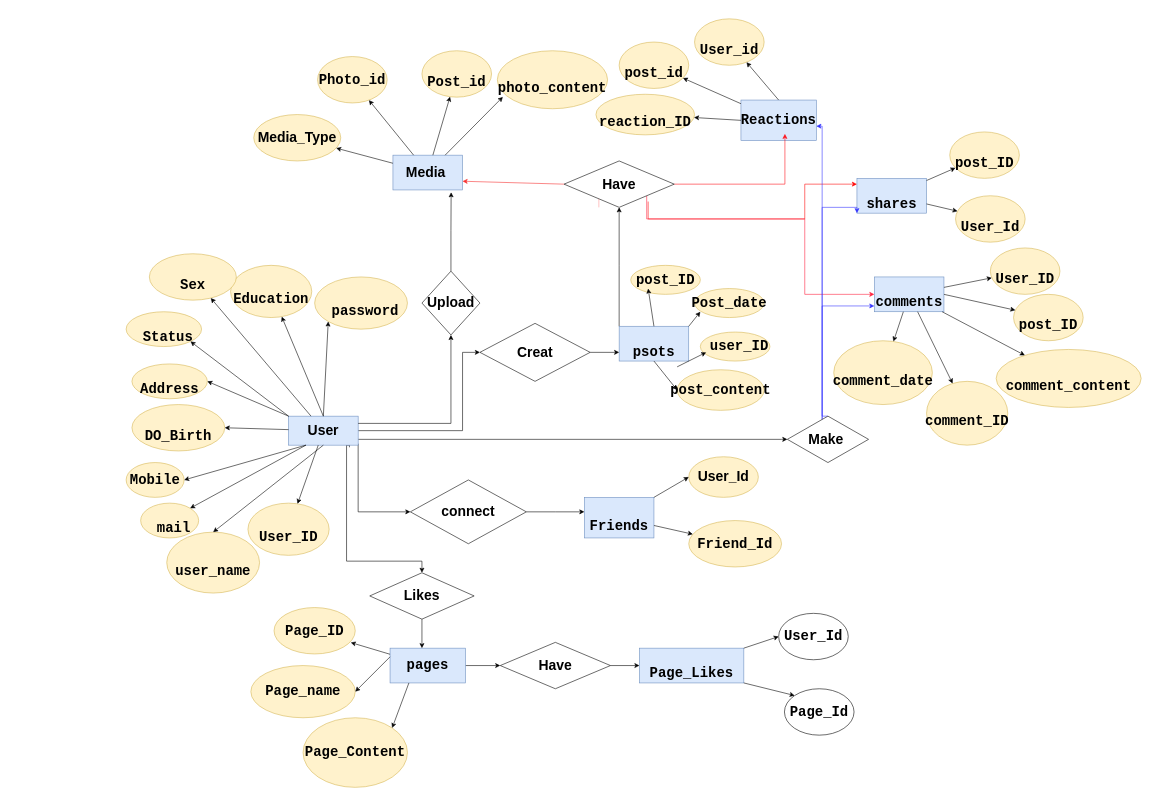
elarabyelaidy19/database_of_databases keeps this draw.io diagram as weyou/Untitled Diagram.drawio. Above is the earlier version. Source tidied: cells renumbered, new cells numbered last; positions are measured from the earlier drawing's top-left corner, leaving out a move shared by most shapes. Both pictures are drawn from the tidied source at 58%, with x=0, y=0 at pixel (126, 19).
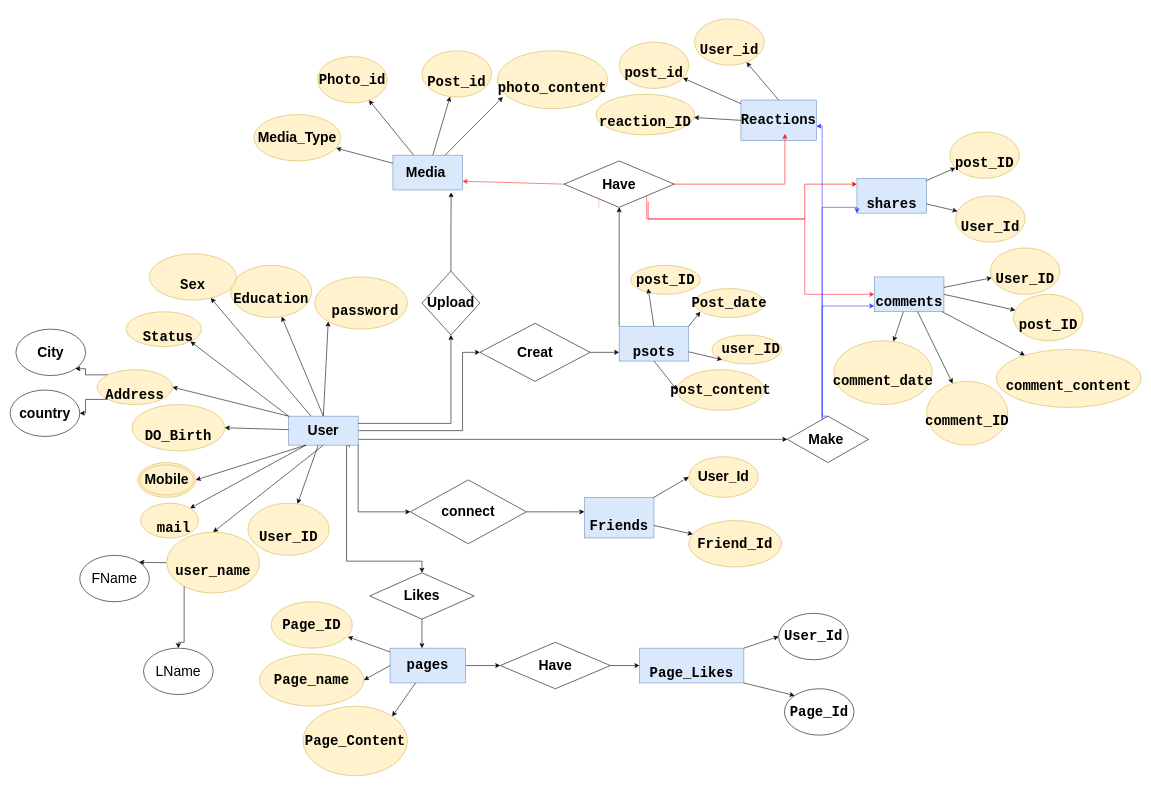
The same page after the edit.

Unchanged cells that the change refers to:
```xml
<mxCell id="7" value="&lt;div style=&quot;font-family: consolas, &amp;quot;courier new&amp;quot;, monospace; line-height: 24px; font-size: 24px;&quot;&gt;&lt;span style=&quot;font-size: 24px;&quot;&gt;&lt;font style=&quot;font-size: 24px;&quot;&gt;pages&lt;/font&gt;&lt;/span&gt;&lt;/div&gt;" style="rounded=0;whiteSpace=wrap;html=1;fillColor=#dae8fc;strokeColor=#6c8ebf;labelBackgroundColor=none;fontSize=24;fontStyle=1;" parent="1" vertex="1">
  <mxGeometry x="455" y="1085" width="130" height="60" as="geometry" />
</mxCell>
<mxCell id="14" value="&lt;font style=&quot;font-size: 24px;&quot;&gt;&lt;br style=&quot;font-size: 24px;&quot;&gt;&lt;br style=&quot;font-size: 24px;&quot;&gt;&lt;/font&gt;&lt;div style=&quot;font-family: consolas, &amp;quot;courier new&amp;quot;, monospace; line-height: 24px; font-size: 24px;&quot;&gt;&lt;div style=&quot;font-size: 24px;&quot;&gt;&lt;span style=&quot;font-size: 24px;&quot;&gt;&lt;font style=&quot;font-size: 24px;&quot;&gt;psots&lt;/font&gt;&lt;/span&gt;&lt;/div&gt;&lt;/div&gt;&lt;font style=&quot;font-size: 24px;&quot;&gt;&lt;br style=&quot;font-size: 24px;&quot;&gt;&lt;/font&gt;" style="rounded=0;whiteSpace=wrap;html=1;fillColor=#dae8fc;strokeColor=#6c8ebf;labelBackgroundColor=none;fontSize=24;fontStyle=1;" parent="1" vertex="1">
  <mxGeometry x="850" y="530" width="120" height="60" as="geometry" />
</mxCell>
<mxCell id="17" value="&lt;br style=&quot;font-size: 24px;&quot;&gt;&lt;br style=&quot;font-size: 24px;&quot;&gt;&lt;div style=&quot;font-family: consolas, &amp;quot;courier new&amp;quot;, monospace; line-height: 24px; font-size: 24px;&quot;&gt;&lt;div style=&quot;font-size: 24px;&quot;&gt;&lt;span style=&quot;font-size: 24px;&quot;&gt;&lt;font style=&quot;font-size: 24px;&quot;&gt;user_name&lt;/font&gt;&lt;/span&gt;&lt;/div&gt;&lt;/div&gt;&lt;br style=&quot;font-size: 24px;&quot;&gt;" style="ellipse;whiteSpace=wrap;html=1;fillColor=#fff2cc;strokeColor=#d6b656;labelBackgroundColor=none;fontSize=24;fontStyle=1;" parent="1" vertex="1">
  <mxGeometry x="70" y="885" width="160" height="105" as="geometry" />
</mxCell>
```

Change to the diagram source:
```diff
@@
+    <mxCell id="109" style="edgeStyle=orthogonalEdgeStyle;rounded=0;jettySize=auto;html=1;exitX=0;exitY=0.5;exitDx=0;exitDy=0;entryX=1;entryY=0;entryDx=0;entryDy=0;labelBackgroundColor=none;fontSize=24;fontColor=#000000;" parent="1" edge="1" source="17" target="112">
+      <mxGeometry relative="1" as="geometry" />
+    </mxCell>
@@
+    <mxCell id="110" style="edgeStyle=orthogonalEdgeStyle;rounded=0;jettySize=auto;html=1;exitX=0;exitY=1;exitDx=0;exitDy=0;entryX=1;entryY=0.5;entryDx=0;entryDy=0;labelBackgroundColor=none;fontSize=24;fontColor=#000000;" parent="1" edge="1" source="24" target="116">
+      <mxGeometry relative="1" as="geometry" />
+    </mxCell>
+    <mxCell id="111" style="edgeStyle=orthogonalEdgeStyle;rounded=0;jettySize=auto;html=1;exitX=0;exitY=0;exitDx=0;exitDy=0;entryX=1;entryY=1;entryDx=0;entryDy=0;labelBackgroundColor=none;fontSize=24;fontColor=#000000;" parent="1" edge="1" source="24" target="115">
+      <mxGeometry relative="1" as="geometry" />
+    </mxCell>
     <mxCell id="24" value="&lt;br style=&quot;font-size: 24px;&quot;&gt;&lt;br style=&quot;font-size: 24px;&quot;&gt;&lt;div style=&quot;font-family: consolas, &amp;quot;courier new&amp;quot;, monospace; line-height: 24px; font-size: 24px;&quot;&gt;&lt;div style=&quot;font-size: 24px;&quot;&gt;&lt;span style=&quot;font-size: 24px;&quot;&gt;&lt;font style=&quot;font-size: 24px;&quot;&gt;Address&lt;/font&gt;&lt;/span&gt;&lt;/div&gt;&lt;/div&gt;&lt;br style=&quot;font-size: 24px;&quot;&gt;" style="ellipse;whiteSpace=wrap;html=1;fillColor=#fff2cc;strokeColor=#d6b656;labelBackgroundColor=none;fontSize=24;fontStyle=1;" parent="1" vertex="1">
-      <mxGeometry x="10" y="595" width="130" height="60" as="geometry" />
+      <mxGeometry x="-50" y="605" width="130" height="60" as="geometry" />
     </mxCell>
@@
-    <mxCell id="26" value="&lt;div style=&quot;font-family: consolas, &amp;quot;courier new&amp;quot;, monospace; line-height: 24px; font-size: 24px;&quot;&gt;&lt;font style=&quot;font-size: 24px;&quot;&gt;Mobile&lt;/font&gt;&lt;/div&gt;" style="ellipse;whiteSpace=wrap;html=1;fillColor=#fff2cc;strokeColor=#d6b656;labelBackgroundColor=none;fontSize=24;fontStyle=1;" parent="1" vertex="1">
-      <mxGeometry y="765" width="100" height="60" as="geometry" />
-    </mxCell>
     <mxCell id="27" value="&lt;div style=&quot;font-family: consolas, &amp;quot;courier new&amp;quot;, monospace; font-size: 24px; line-height: 24px;&quot;&gt;&lt;div style=&quot;font-family: consolas, &amp;quot;courier new&amp;quot;, monospace; line-height: 24px; font-size: 24px;&quot;&gt;&amp;nbsp;user_ID&lt;/div&gt;&lt;/div&gt;" style="ellipse;whiteSpace=wrap;html=1;fillColor=#fff2cc;strokeColor=#d6b656;labelBackgroundColor=none;fontSize=24;fontStyle=1;" parent="1" vertex="1">
-      <mxGeometry x="990" y="540" width="120" height="50" as="geometry" />
+      <mxGeometry x="1010" y="545" width="120" height="50" as="geometry" />
     </mxCell>
@@
     <mxCell id="35" value="&lt;div style=&quot;font-family: consolas, &amp;quot;courier new&amp;quot;, monospace; line-height: 24px; font-size: 24px;&quot;&gt;&lt;font style=&quot;font-size: 24px;&quot;&gt;Page_ID&lt;/font&gt;&lt;/div&gt;" style="ellipse;whiteSpace=wrap;html=1;fillColor=#fff2cc;strokeColor=#d6b656;labelBackgroundColor=none;fontSize=24;fontStyle=1;" parent="1" vertex="1">
-      <mxGeometry x="255" y="1015" width="140" height="80" as="geometry" />
+      <mxGeometry x="250" y="1005" width="140" height="80" as="geometry" />
     </mxCell>
     <mxCell id="36" value="&lt;div style=&quot;font-family: consolas, &amp;quot;courier new&amp;quot;, monospace; line-height: 24px; font-size: 24px;&quot;&gt;&lt;font style=&quot;font-size: 24px;&quot;&gt;Page_name&lt;/font&gt;&lt;/div&gt;" style="ellipse;whiteSpace=wrap;html=1;fillColor=#fff2cc;strokeColor=#d6b656;labelBackgroundColor=none;fontSize=24;fontStyle=1;" parent="1" vertex="1">
-      <mxGeometry x="215" y="1115" width="180" height="90" as="geometry" />
+      <mxGeometry x="230" y="1095" width="180" height="90" as="geometry" />
     </mxCell>
     <mxCell id="37" value="&lt;div style=&quot;font-family: consolas, &amp;quot;courier new&amp;quot;, monospace; line-height: 24px; font-size: 24px;&quot;&gt;&lt;font style=&quot;font-size: 24px;&quot;&gt;Page_Content&lt;/font&gt;&lt;/div&gt;" style="ellipse;whiteSpace=wrap;html=1;fillColor=#fff2cc;strokeColor=#d6b656;labelBackgroundColor=none;fontSize=24;fontStyle=1;" parent="1" vertex="1">
-      <mxGeometry x="305" y="1205" width="180" height="120" as="geometry" />
+      <mxGeometry x="305" y="1185" width="180" height="120" as="geometry" />
     </mxCell>
@@
-    <mxCell id="76" style="endArrow=classic;html=1;labelBackgroundColor=none;fontSize=24;fontStyle=1;" parent="1" edge="1">
-      <mxGeometry relative="1" as="geometry">
-        <mxPoint x="950" y="600" as="sourcePoint" />
-        <mxPoint x="1000" y="575" as="targetPoint" />
-      </mxGeometry>
+    <mxCell id="76" style="endArrow=classic;html=1;labelBackgroundColor=none;fontSize=24;fontStyle=1;entryX=0;entryY=1;entryDx=0;entryDy=0;" parent="1" edge="1" source="14" target="27">
+      <mxGeometry relative="1" as="geometry" />
     </mxCell>
@@
-    <mxCell id="79" style="endArrow=classic;html=1;exitX=0;exitY=0.25;exitDx=0;exitDy=0;entryX=1;entryY=0.5;entryDx=0;entryDy=0;labelBackgroundColor=none;fontSize=24;fontStyle=1;" parent="1" edge="1" source="7" target="36">
+    <mxCell id="79" style="endArrow=classic;html=1;exitX=0;exitY=0.5;exitDx=0;exitDy=0;entryX=1;entryY=0.5;entryDx=0;entryDy=0;labelBackgroundColor=none;fontSize=24;fontStyle=1;" parent="1" edge="1" source="7" target="36">
       <mxGeometry relative="1" as="geometry" />
     </mxCell>
-    <mxCell id="80" style="endArrow=classic;html=1;entryX=1;entryY=0;entryDx=0;entryDy=0;exitX=0.25;exitY=1;exitDx=0;exitDy=0;labelBackgroundColor=none;fontSize=24;fontStyle=1;" parent="1" edge="1" source="7" target="37">
+    <mxCell id="80" style="endArrow=classic;html=1;entryX=1;entryY=0;entryDx=0;entryDy=0;labelBackgroundColor=none;fontSize=24;fontStyle=1;" parent="1" edge="1" source="7" target="37">
       <mxGeometry relative="1" as="geometry" />
     </mxCell>
@@
+    <mxCell id="26" value="&lt;b&gt;Mobile&lt;/b&gt;" style="ellipse;shape=doubleEllipse;whiteSpace=wrap;html=1;labelBackgroundColor=none;fontSize=24;fillColor=#fff2cc;strokeColor=#d6b656;" parent="1" vertex="1">
+      <mxGeometry x="20" y="765" width="100" height="60" as="geometry" />
+    </mxCell>
+    <mxCell id="112" value="FName" style="ellipse;whiteSpace=wrap;html=1;labelBackgroundColor=none;fontSize=24;" parent="1" vertex="1">
+      <mxGeometry x="-80" y="925" width="120" height="80" as="geometry" />
+    </mxCell>
+    <mxCell id="113" value="LName" style="ellipse;whiteSpace=wrap;html=1;labelBackgroundColor=none;fontSize=24;" parent="1" vertex="1">
+      <mxGeometry x="30" y="1085" width="120" height="80" as="geometry" />
+    </mxCell>
+    <mxCell id="114" style="endArrow=classic;html=1;rounded=0;edgeStyle=orthogonalEdgeStyle;labelBackgroundColor=none;fontSize=24;fontColor=#000000;" parent="1" edge="1" source="17" target="113">
+      <mxGeometry relative="1" as="geometry">
+        <Array as="points">
+          <mxPoint x="100" y="1075" />
+          <mxPoint x="90" y="1075" />
+        </Array>
+      </mxGeometry>
+    </mxCell>
+    <mxCell id="115" value="&lt;b&gt;City&lt;/b&gt;" style="ellipse;whiteSpace=wrap;html=1;labelBackgroundColor=none;fontSize=24;fontColor=#000000;" parent="1" vertex="1">
+      <mxGeometry x="-190" y="535" width="120" height="80" as="geometry" />
+    </mxCell>
+    <mxCell id="116" value="&lt;b&gt;country&lt;/b&gt;" style="ellipse;whiteSpace=wrap;html=1;labelBackgroundColor=none;fontSize=24;fontColor=#000000;" parent="1" vertex="1">
+      <mxGeometry x="-200" y="640" width="120" height="80" as="geometry" />
+    </mxCell>
```
